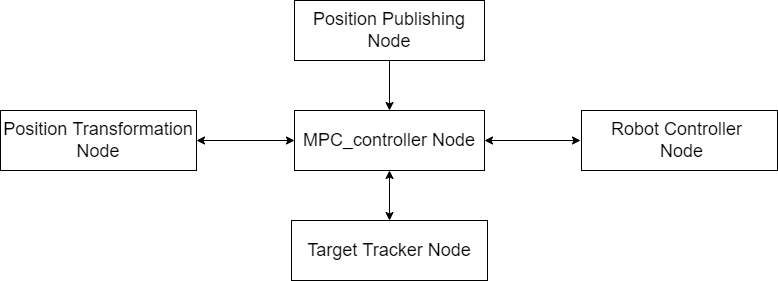
Above: control_flow1.drawio.png in LiuisStupid/notebook (draw.io), before the change. Source tidied: cells renumbered, new cells last; positions are measured from the earlier drawing's top-left corner, leaving out a move shared by most shapes. Its diagram source:
```xml
<mxGraphModel>
  <root>
    <mxCell id="0" />
    <mxCell id="1" parent="0" />
    <mxCell id="2" style="edgeStyle=orthogonalEdgeStyle;rounded=0;jettySize=auto;html=1;fontSize=18;" parent="1" edge="1" source="3" target="5">
      <mxGeometry relative="1" as="geometry" />
    </mxCell>
    <mxCell id="3" value="&lt;font style=&quot;font-size: 18px;&quot;&gt;Position Publishing Node&lt;/font&gt;" style="rounded=0;whiteSpace=wrap;html=1;" parent="1" vertex="1">
      <mxGeometry x="294" width="190" height="60" as="geometry" />
    </mxCell>
    <mxCell id="4" value="&lt;font style=&quot;font-size: 18px;&quot;&gt;Position Transformation Node&lt;/font&gt;" style="rounded=0;whiteSpace=wrap;html=1;" parent="1" vertex="1">
      <mxGeometry y="110" width="196" height="60" as="geometry" />
    </mxCell>
    <mxCell id="5" value="&lt;font style=&quot;font-size: 18px;&quot;&gt;MPC_controller Node&lt;/font&gt;" style="rounded=0;whiteSpace=wrap;html=1;" parent="1" vertex="1">
      <mxGeometry x="294" y="110" width="190" height="60" as="geometry" />
    </mxCell>
    <mxCell id="6" value="&lt;span style=&quot;font-size: 18px;&quot;&gt;Target Tracker Node&lt;/span&gt;" style="rounded=0;whiteSpace=wrap;html=1;" parent="1" vertex="1">
      <mxGeometry x="291" y="220" width="196" height="60" as="geometry" />
    </mxCell>
    <mxCell id="7" value="&lt;span style=&quot;font-size: 18px;&quot;&gt;Robot Controller&amp;nbsp;&lt;br&gt;&amp;nbsp;Node&lt;/span&gt;" style="rounded=0;whiteSpace=wrap;html=1;" parent="1" vertex="1">
      <mxGeometry x="581" y="110" width="196" height="60" as="geometry" />
    </mxCell>
    <mxCell id="8" style="endArrow=classic;startArrow=classic;html=1;rounded=0;fontSize=18;exitX=1;exitY=0.5;exitDx=0;exitDy=0;entryX=0;entryY=0.5;entryDx=0;entryDy=0;" parent="1" edge="1" source="4" target="5">
      <mxGeometry relative="1" as="geometry" />
    </mxCell>
    <mxCell id="9" style="endArrow=classic;startArrow=classic;html=1;rounded=0;fontSize=18;entryX=0.5;entryY=1;entryDx=0;entryDy=0;exitX=0.5;exitY=0;exitDx=0;exitDy=0;" parent="1" edge="1" source="6" target="5">
      <mxGeometry relative="1" as="geometry" />
    </mxCell>
    <mxCell id="10" style="endArrow=classic;startArrow=classic;html=1;rounded=0;fontSize=18;exitX=1;exitY=0.5;exitDx=0;exitDy=0;" parent="1" edge="1" source="5">
      <mxGeometry relative="1" as="geometry">
        <mxPoint x="580" y="140" as="targetPoint" />
      </mxGeometry>
    </mxCell>
  </root>
</mxGraphModel>
```
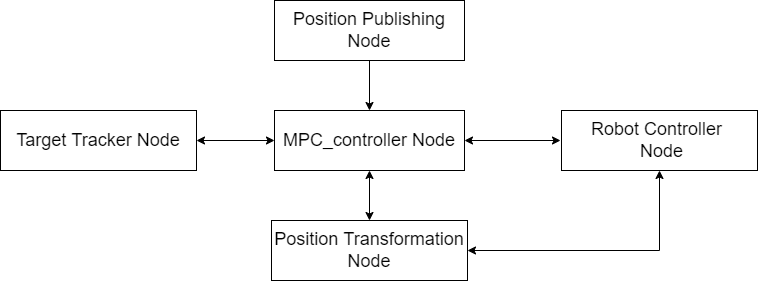
Above is the later version.

What changed in the source:
```diff
@@ -9,21 +9,21 @@
       <mxGeometry x="294" width="190" height="60" as="geometry" />
     </mxCell>
     <mxCell id="4" value="&lt;font style=&quot;font-size: 18px;&quot;&gt;Position Transformation Node&lt;/font&gt;" style="rounded=0;whiteSpace=wrap;html=1;" parent="1" vertex="1">
-      <mxGeometry y="110" width="196" height="60" as="geometry" />
+      <mxGeometry x="291" y="220" width="196" height="60" as="geometry" />
     </mxCell>
     <mxCell id="5" value="&lt;font style=&quot;font-size: 18px;&quot;&gt;MPC_controller Node&lt;/font&gt;" style="rounded=0;whiteSpace=wrap;html=1;" parent="1" vertex="1">
       <mxGeometry x="294" y="110" width="190" height="60" as="geometry" />
     </mxCell>
     <mxCell id="6" value="&lt;span style=&quot;font-size: 18px;&quot;&gt;Target Tracker Node&lt;/span&gt;" style="rounded=0;whiteSpace=wrap;html=1;" parent="1" vertex="1">
-      <mxGeometry x="291" y="220" width="196" height="60" as="geometry" />
+      <mxGeometry x="20" y="110" width="196" height="60" as="geometry" />
     </mxCell>
     <mxCell id="7" value="&lt;span style=&quot;font-size: 18px;&quot;&gt;Robot Controller&amp;nbsp;&lt;br&gt;&amp;nbsp;Node&lt;/span&gt;" style="rounded=0;whiteSpace=wrap;html=1;" parent="1" vertex="1">
       <mxGeometry x="581" y="110" width="196" height="60" as="geometry" />
     </mxCell>
-    <mxCell id="8" style="endArrow=classic;startArrow=classic;html=1;rounded=0;fontSize=18;exitX=1;exitY=0.5;exitDx=0;exitDy=0;entryX=0;entryY=0.5;entryDx=0;entryDy=0;" parent="1" edge="1" source="4" target="5">
+    <mxCell id="8" style="endArrow=classic;startArrow=classic;html=1;rounded=0;fontSize=18;exitX=1;exitY=0.5;exitDx=0;exitDy=0;entryX=0;entryY=0.5;entryDx=0;entryDy=0;" parent="1" edge="1" source="6" target="5">
       <mxGeometry relative="1" as="geometry" />
     </mxCell>
-    <mxCell id="9" style="endArrow=classic;startArrow=classic;html=1;rounded=0;fontSize=18;entryX=0.5;entryY=1;entryDx=0;entryDy=0;exitX=0.5;exitY=0;exitDx=0;exitDy=0;" parent="1" edge="1" source="6" target="5">
+    <mxCell id="9" style="endArrow=classic;startArrow=classic;html=1;rounded=0;fontSize=18;entryX=0.5;entryY=1;entryDx=0;entryDy=0;exitX=0.5;exitY=0;exitDx=0;exitDy=0;" parent="1" edge="1" source="4" target="5">
       <mxGeometry relative="1" as="geometry" />
     </mxCell>
     <mxCell id="10" style="endArrow=classic;startArrow=classic;html=1;rounded=0;fontSize=18;exitX=1;exitY=0.5;exitDx=0;exitDy=0;" parent="1" edge="1" source="5">
@@ -31,5 +31,12 @@
         <mxPoint x="580" y="140" as="targetPoint" />
       </mxGeometry>
     </mxCell>
+    <mxCell id="11" style="endArrow=classic;startArrow=classic;html=1;rounded=0;fontSize=18;entryX=0.5;entryY=1;entryDx=0;entryDy=0;exitX=1;exitY=0.5;exitDx=0;exitDy=0;" parent="1" edge="1" source="4" target="7">
+      <mxGeometry relative="1" as="geometry">
+        <Array as="points">
+          <mxPoint x="679" y="250" />
+        </Array>
+      </mxGeometry>
+    </mxCell>
   </root>
 </mxGraphModel>
```
